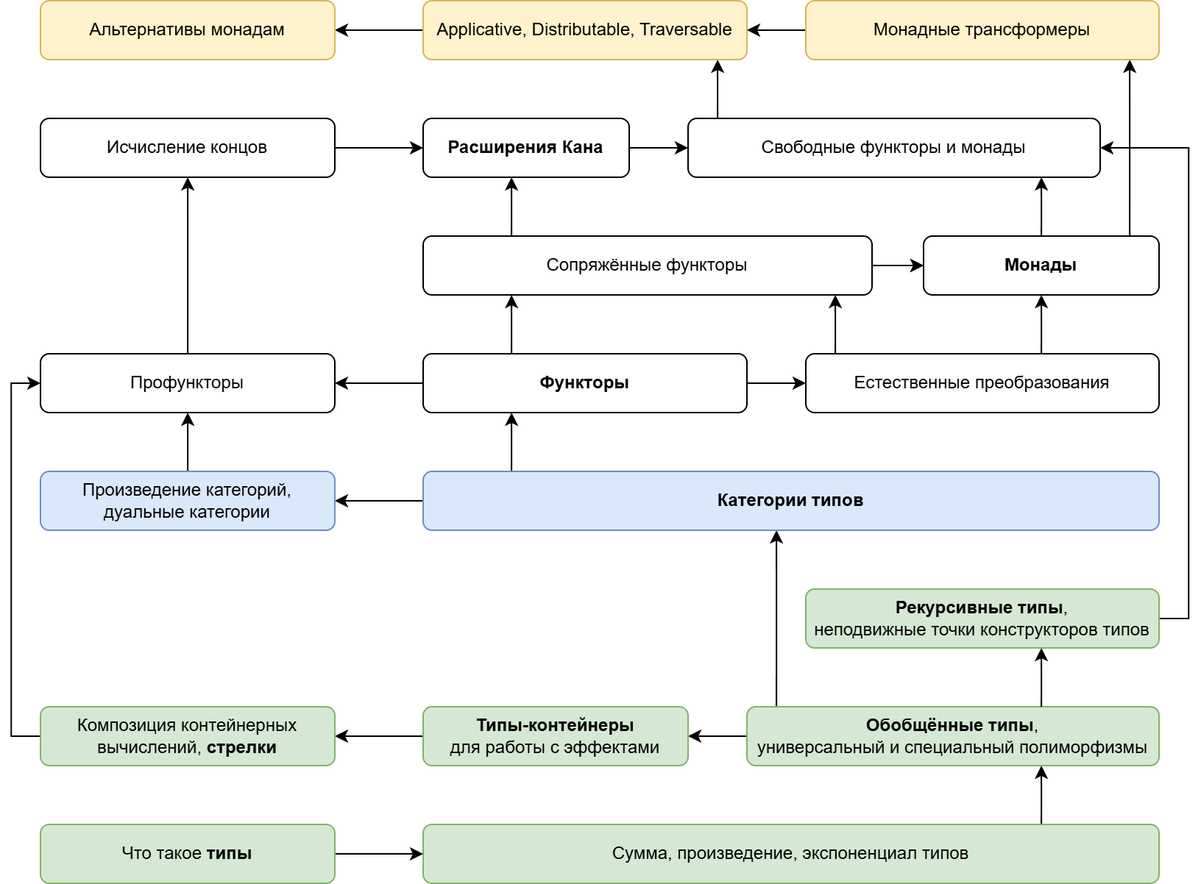
This is Рефераты/Изображения/темы.drawio.png from underskyer/research, a draw.io export, as it was before one commit. Source tidied: cells renumbered, new cells last; positions are measured from the earlier drawing's top-left corner, leaving out a move shared by most shapes.
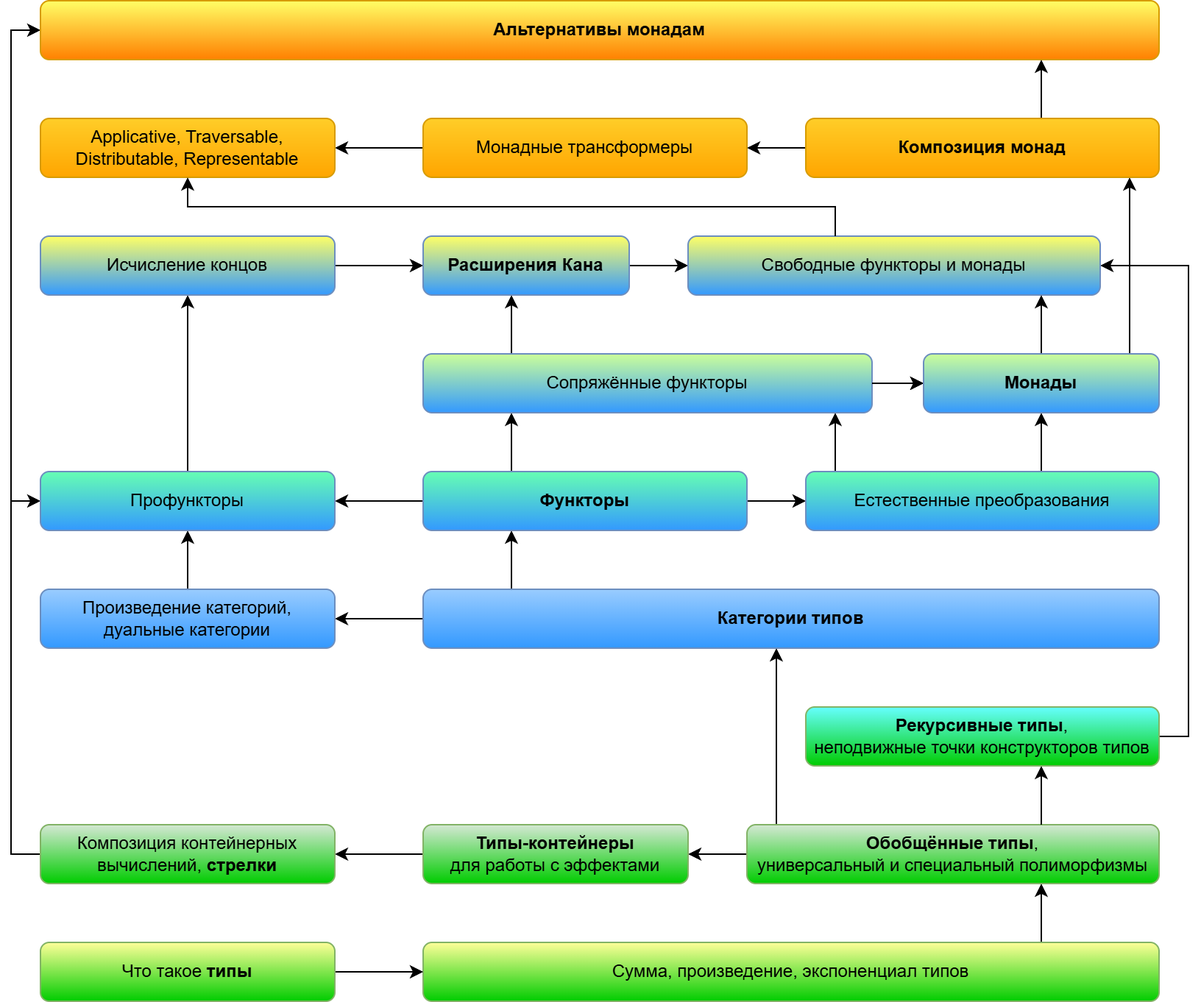
Later version of the same file.

Commit message:
vault backup: 2025-05-03 10:59:48

The edit, as a diff of the source:
```diff
@@ -10,13 +10,13 @@
         </Array>
       </mxGeometry>
     </mxCell>
-    <mxCell id="3" value="Сумма, произведение, экспоненциал типов" style="rounded=1;whiteSpace=wrap;html=1;fillColor=#d5e8d4;strokeColor=#82b366;" parent="1" vertex="1">
+    <mxCell id="3" value="Сумма, произведение, экспоненциал типов" style="rounded=1;whiteSpace=wrap;html=1;fillColor=#FFFF99;strokeColor=#82b366;gradientColor=#00CC00;" parent="1" vertex="1">
       <mxGeometry x="280" y="560" width="500" height="40" as="geometry" />
     </mxCell>
     <mxCell id="4" style="edgeStyle=orthogonalEdgeStyle;rounded=0;jettySize=auto;html=1;fillColor=#d5e8d4;strokeColor=#000000;" parent="1" edge="1" source="5" target="3">
       <mxGeometry relative="1" as="geometry" />
     </mxCell>
-    <mxCell id="5" value="Что такое &lt;b&gt;типы&lt;/b&gt;" style="rounded=1;whiteSpace=wrap;html=1;fillColor=#d5e8d4;strokeColor=#82b366;" parent="1" vertex="1">
+    <mxCell id="5" value="Что такое &lt;b&gt;типы&lt;/b&gt;" style="rounded=1;whiteSpace=wrap;html=1;fillColor=#FFFF99;strokeColor=#82b366;gradientColor=#00CC00;" parent="1" vertex="1">
       <mxGeometry x="20" y="560" width="200" height="40" as="geometry" />
     </mxCell>
     <mxCell id="6" style="edgeStyle=orthogonalEdgeStyle;rounded=0;jettySize=auto;html=1;fillColor=#d5e8d4;strokeColor=#000000;" parent="1" edge="1" source="8" target="10">
@@ -30,13 +30,13 @@
         </Array>
       </mxGeometry>
     </mxCell>
-    <mxCell id="8" value="&lt;b&gt;Обобщённые типы&lt;/b&gt;,&lt;div&gt;универсальный и специальный полиморфизмы&lt;/div&gt;" style="rounded=1;whiteSpace=wrap;html=1;fillColor=#d5e8d4;strokeColor=#82b366;" parent="1" vertex="1">
+    <mxCell id="8" value="&lt;b&gt;Обобщённые типы&lt;/b&gt;,&lt;div&gt;универсальный и специальный полиморфизмы&lt;/div&gt;" style="rounded=1;whiteSpace=wrap;html=1;fillColor=#d5e8d4;strokeColor=#82b366;gradientColor=#00CC00;" parent="1" vertex="1">
       <mxGeometry x="500" y="480" width="280" height="40" as="geometry" />
     </mxCell>
     <mxCell id="9" style="edgeStyle=orthogonalEdgeStyle;rounded=0;jettySize=auto;html=1;fillColor=#d5e8d4;strokeColor=#000000;" parent="1" edge="1" source="10" target="12">
       <mxGeometry relative="1" as="geometry" />
     </mxCell>
-    <mxCell id="10" value="&lt;b&gt;Типы-контейнеры&lt;/b&gt;&lt;div&gt;для работы&amp;nbsp;&lt;span style=&quot;background-color: initial;&quot;&gt;с эффектами&lt;/span&gt;&lt;/div&gt;" style="rounded=1;whiteSpace=wrap;html=1;fillColor=#d5e8d4;strokeColor=#82b366;" parent="1" vertex="1">
+    <mxCell id="10" value="&lt;b&gt;Типы-контейнеры&lt;/b&gt;&lt;div&gt;для работы&amp;nbsp;&lt;span style=&quot;background-color: initial;&quot;&gt;с эффектами&lt;/span&gt;&lt;/div&gt;" style="rounded=1;whiteSpace=wrap;html=1;fillColor=#d5e8d4;strokeColor=#82b366;gradientColor=#00CC00;" parent="1" vertex="1">
       <mxGeometry x="280" y="480" width="180" height="40" as="geometry" />
     </mxCell>
     <mxCell id="11" style="edgeStyle=orthogonalEdgeStyle;rounded=0;jettySize=auto;html=1;exitX=0;exitY=0.5;exitDx=0;exitDy=0;" parent="1" edge="1" source="12" target="27">
@@ -47,7 +47,15 @@
         </Array>
       </mxGeometry>
     </mxCell>
+    <mxCell id="50" style="edgeStyle=orthogonalEdgeStyle;rounded=0;jettySize=auto;html=1;" parent="1" edge="1" source="12" target="43">
+      <mxGeometry relative="1" as="geometry">
+        <Array as="points">
+          <mxPoint y="500" />
+          <mxPoint y="-60" />
+        </Array>
+      </mxGeometry>
+    </mxCell>
-    <mxCell id="12" value="Композиция контейнерных&lt;div&gt;вычислений, &lt;b&gt;стрелки&lt;/b&gt;&lt;/div&gt;" style="rounded=1;whiteSpace=wrap;html=1;fillColor=#d5e8d4;strokeColor=#82b366;" parent="1" vertex="1">
+    <mxCell id="12" value="Композиция контейнерных&lt;div&gt;вычислений, &lt;b&gt;стрелки&lt;/b&gt;&lt;/div&gt;" style="rounded=1;whiteSpace=wrap;html=1;fillColor=#d5e8d4;strokeColor=#82b366;gradientColor=#00CC00;" parent="1" vertex="1">
       <mxGeometry x="20" y="480" width="200" height="40" as="geometry" />
     </mxCell>
     <mxCell id="13" style="edgeStyle=orthogonalEdgeStyle;rounded=0;jettySize=auto;html=1;fillColor=#d5e8d4;strokeColor=#000000;" parent="1" edge="1" source="8" target="15">
@@ -66,7 +74,7 @@
         </Array>
       </mxGeometry>
     </mxCell>
-    <mxCell id="15" value="&lt;b&gt;Рекурсивные типы&lt;/b&gt;,&lt;div&gt;неподвижные точки конструкторов типов&lt;/div&gt;" style="rounded=1;whiteSpace=wrap;html=1;fillColor=#d5e8d4;strokeColor=#82b366;" parent="1" vertex="1">
+    <mxCell id="15" value="&lt;b&gt;Рекурсивные типы&lt;/b&gt;,&lt;div&gt;неподвижные точки конструкторов типов&lt;/div&gt;" style="rounded=1;whiteSpace=wrap;html=1;fillColor=#66FFFF;strokeColor=#82b366;gradientColor=#00CC00;" parent="1" vertex="1">
       <mxGeometry x="540" y="400" width="240" height="40" as="geometry" />
     </mxCell>
     <mxCell id="16" style="edgeStyle=orthogonalEdgeStyle;rounded=0;jettySize=auto;html=1;fillColor=#dae8fc;strokeColor=#000000;" parent="1" edge="1" source="18" target="20">
@@ -80,7 +88,7 @@
         </Array>
       </mxGeometry>
     </mxCell>
-    <mxCell id="18" value="&lt;b&gt;Категории типов&lt;/b&gt;" style="rounded=1;whiteSpace=wrap;html=1;fillColor=#dae8fc;strokeColor=#6c8ebf;" parent="1" vertex="1">
+    <mxCell id="18" value="&lt;b&gt;Категории типов&lt;/b&gt;" style="rounded=1;whiteSpace=wrap;html=1;fillColor=#99CCFF;strokeColor=#6c8ebf;gradientColor=#3399FF;" parent="1" vertex="1">
       <mxGeometry x="280" y="320" width="500" height="40" as="geometry" />
     </mxCell>
     <mxCell id="19" style="edgeStyle=orthogonalEdgeStyle;rounded=0;jettySize=auto;html=1;" parent="1" edge="1" source="20" target="27">
@@ -91,7 +99,7 @@
         </Array>
       </mxGeometry>
     </mxCell>
-    <mxCell id="20" value="Произведение категорий,&lt;div&gt;дуальные категории&lt;/div&gt;" style="rounded=1;whiteSpace=wrap;html=1;fillColor=#dae8fc;strokeColor=#6c8ebf;" parent="1" vertex="1">
+    <mxCell id="20" value="Произведение категорий,&lt;div&gt;дуальные категории&lt;/div&gt;" style="rounded=1;whiteSpace=wrap;html=1;fillColor=#99CCFF;strokeColor=#6c8ebf;gradientColor=#3399FF;" parent="1" vertex="1">
       <mxGeometry x="20" y="320" width="200" height="40" as="geometry" />
     </mxCell>
     <mxCell id="21" style="edgeStyle=orthogonalEdgeStyle;rounded=0;jettySize=auto;html=1;" parent="1" edge="1" source="25" target="27">
@@ -111,7 +119,7 @@
     <mxCell id="24" value="&lt;div&gt;&lt;br&gt;&lt;/div&gt;&lt;div&gt;&lt;br&gt;&lt;/div&gt;&lt;div&gt;&lt;br&gt;&lt;/div&gt;" style="edgeLabel;html=1;align=center;verticalAlign=middle;" parent="23" vertex="1">
       <mxGeometry x="0.17" relative="1" as="geometry" />
     </mxCell>
-    <mxCell id="25" value="&lt;b&gt;Функторы&lt;/b&gt;" style="rounded=1;whiteSpace=wrap;html=1;" parent="1" vertex="1">
+    <mxCell id="25" value="&lt;b&gt;Функторы&lt;/b&gt;" style="rounded=1;whiteSpace=wrap;html=1;fillColor=#66FFB3;gradientColor=#3399FF;strokeColor=#6c8ebf;" parent="1" vertex="1">
       <mxGeometry x="280" y="240" width="220" height="40" as="geometry" />
     </mxCell>
     <mxCell id="26" style="edgeStyle=orthogonalEdgeStyle;rounded=0;jettySize=auto;html=1;" parent="1" edge="1" source="27" target="29">
@@ -122,13 +130,13 @@
         </Array>
       </mxGeometry>
     </mxCell>
-    <mxCell id="27" value="Профункторы" style="rounded=1;whiteSpace=wrap;html=1;" parent="1" vertex="1">
+    <mxCell id="27" value="Профункторы" style="rounded=1;whiteSpace=wrap;html=1;fillColor=#66FFB3;gradientColor=#3399FF;strokeColor=#6c8ebf;" parent="1" vertex="1">
       <mxGeometry x="20" y="240" width="200" height="40" as="geometry" />
     </mxCell>
     <mxCell id="28" style="edgeStyle=orthogonalEdgeStyle;rounded=0;jettySize=auto;html=1;" parent="1" edge="1" source="29" target="32">
       <mxGeometry relative="1" as="geometry" />
     </mxCell>
-    <mxCell id="29" value="Исчисление концов" style="rounded=1;whiteSpace=wrap;html=1;" parent="1" vertex="1">
+    <mxCell id="29" value="Исчисление концов" style="rounded=1;whiteSpace=wrap;html=1;fillColor=#FFFF66;gradientColor=#3399FF;strokeColor=#6c8ebf;" parent="1" vertex="1">
       <mxGeometry x="20" y="80" width="200" height="40" as="geometry" />
     </mxCell>
     <mxCell id="30" style="edgeStyle=orthogonalEdgeStyle;rounded=0;jettySize=auto;html=1;" parent="1" edge="1" source="37" target="32">
@@ -142,7 +150,7 @@
     <mxCell id="31" style="edgeStyle=orthogonalEdgeStyle;rounded=0;jettySize=auto;html=1;" parent="1" edge="1" source="32" target="40">
       <mxGeometry relative="1" as="geometry" />
     </mxCell>
-    <mxCell id="32" value="&lt;b&gt;Расширения Кана&lt;/b&gt;" style="rounded=1;whiteSpace=wrap;html=1;" parent="1" vertex="1">
+    <mxCell id="32" value="&lt;b&gt;Расширения Кана&lt;/b&gt;" style="rounded=1;whiteSpace=wrap;html=1;fillColor=#FFFF66;gradientColor=#3399FF;strokeColor=#6c8ebf;" parent="1" vertex="1">
       <mxGeometry x="280" y="80" width="140" height="40" as="geometry" />
     </mxCell>
     <mxCell id="33" style="edgeStyle=orthogonalEdgeStyle;rounded=0;jettySize=auto;html=1;" parent="1" edge="1" source="35" target="37">
@@ -161,37 +169,26 @@
         </Array>
       </mxGeometry>
     </mxCell>
-    <mxCell id="35" value="Естественные преобразования" style="rounded=1;whiteSpace=wrap;html=1;" parent="1" vertex="1">
+    <mxCell id="35" value="Естественные преобразования" style="rounded=1;whiteSpace=wrap;html=1;fillColor=#66FFB3;gradientColor=#3399FF;strokeColor=#6c8ebf;" parent="1" vertex="1">
       <mxGeometry x="540" y="240" width="240" height="40" as="geometry" />
     </mxCell>
     <mxCell id="36" style="edgeStyle=orthogonalEdgeStyle;rounded=0;jettySize=auto;html=1;" parent="1" edge="1" source="37" target="47">
       <mxGeometry relative="1" as="geometry" />
     </mxCell>
-    <mxCell id="37" value="Сопряжённые функторы" style="rounded=1;whiteSpace=wrap;html=1;" parent="1" vertex="1">
+    <mxCell id="37" value="Сопряжённые функторы" style="rounded=1;whiteSpace=wrap;html=1;fillColor=#CCFF99;gradientColor=#3399FF;strokeColor=#6c8ebf;" parent="1" vertex="1">
       <mxGeometry x="280" y="160" width="305" height="40" as="geometry" />
     </mxCell>
-    <mxCell id="38" style="edgeStyle=orthogonalEdgeStyle;rounded=0;jettySize=auto;html=1;" parent="1" edge="1" source="40" target="42">
-      <mxGeometry relative="1" as="geometry">
-        <Array as="points">
-          <mxPoint x="480" y="60" />
-          <mxPoint x="480" y="60" />
-        </Array>
-      </mxGeometry>
+    <mxCell id="38" style="edgeStyle=orthogonalEdgeStyle;rounded=0;jettySize=auto;html=1;" parent="1" edge="1" source="49" target="42">
+      <mxGeometry relative="1" as="geometry" />
     </mxCell>
-    <mxCell id="39" value="&lt;div&gt;&lt;br&gt;&lt;/div&gt;&lt;div&gt;&lt;br&gt;&lt;/div&gt;" style="edgeLabel;html=1;align=center;verticalAlign=middle;" parent="38" vertex="1">
-      <mxGeometry x="-0.15" y="-2" relative="1" as="geometry" />
-    </mxCell>
-    <mxCell id="40" value="Свободные функторы и монады" style="rounded=1;whiteSpace=wrap;html=1;" parent="1" vertex="1">
+    <mxCell id="40" value="Свободные функторы и монады" style="rounded=1;whiteSpace=wrap;html=1;fillColor=#FFFF66;gradientColor=#3399FF;strokeColor=#6c8ebf;" parent="1" vertex="1">
       <mxGeometry x="460" y="80" width="280" height="40" as="geometry" />
     </mxCell>
-    <mxCell id="41" style="edgeStyle=orthogonalEdgeStyle;rounded=0;jettySize=auto;html=1;" parent="1" edge="1" source="42" target="43">
-      <mxGeometry relative="1" as="geometry" />
-    </mxCell>
-    <mxCell id="42" value="Applicative, Distributable, Traversаble" style="rounded=1;whiteSpace=wrap;html=1;fillColor=#fff2cc;strokeColor=#d6b656;" parent="1" vertex="1">
-      <mxGeometry x="280" width="220" height="40" as="geometry" />
+    <mxCell id="42" value="Applicative, Traversаble,&lt;div&gt;Distributable, Representable&lt;/div&gt;" style="rounded=1;whiteSpace=wrap;html=1;fillColor=#ffcd28;strokeColor=#d79b00;gradientColor=#ffa500;" parent="1" vertex="1">
+      <mxGeometry x="20" width="200" height="40" as="geometry" />
     </mxCell>
-    <mxCell id="43" value="Альтернативы монадам" style="rounded=1;whiteSpace=wrap;html=1;fillColor=#fff2cc;strokeColor=#d6b656;" parent="1" vertex="1">
-      <mxGeometry x="20" width="200" height="40" as="geometry" />
+    <mxCell id="43" value="&lt;b&gt;Альтернативы монадам&lt;/b&gt;" style="rounded=1;whiteSpace=wrap;html=1;fillColor=#FFFF66;strokeColor=#d79b00;gradientColor=#FF8000;" parent="1" vertex="1">
+      <mxGeometry x="20" y="-80" width="760" height="40" as="geometry" />
     </mxCell>
     <mxCell id="44" style="edgeStyle=orthogonalEdgeStyle;rounded=0;jettySize=auto;html=1;" parent="1" edge="1" source="37" target="47">
       <mxGeometry relative="1" as="geometry" />
@@ -204,22 +201,44 @@
         </Array>
       </mxGeometry>
     </mxCell>
-    <mxCell id="46" style="edgeStyle=orthogonalEdgeStyle;rounded=0;jettySize=auto;html=1;" parent="1" edge="1" source="47" target="49">
+    <mxCell id="46" style="edgeStyle=orthogonalEdgeStyle;rounded=0;jettySize=auto;html=1;" parent="1" edge="1" source="47" target="55">
       <mxGeometry relative="1" as="geometry">
         <Array as="points">
-          <mxPoint x="760" y="140" />
-          <mxPoint x="760" y="140" />
+          <mxPoint x="760" y="130" />
+          <mxPoint x="760" y="130" />
         </Array>
       </mxGeometry>
     </mxCell>
-    <mxCell id="47" value="&lt;b&gt;Монады&lt;/b&gt;" style="rounded=1;whiteSpace=wrap;html=1;" parent="1" vertex="1">
+    <mxCell id="47" value="&lt;b&gt;Монады&lt;/b&gt;" style="rounded=1;whiteSpace=wrap;html=1;fillColor=#CCFF99;gradientColor=#3399FF;strokeColor=#6c8ebf;" parent="1" vertex="1">
       <mxGeometry x="620" y="160" width="160" height="40" as="geometry" />
     </mxCell>
-    <mxCell id="48" style="edgeStyle=orthogonalEdgeStyle;rounded=0;jettySize=auto;html=1;" parent="1" edge="1" source="49" target="42">
-      <mxGeometry relative="1" as="geometry" />
-    </mxCell>
+    <mxCell id="51" style="edgeStyle=orthogonalEdgeStyle;rounded=0;jettySize=auto;html=1;" parent="1" edge="1" source="40" target="42">
+      <mxGeometry relative="1" as="geometry">
+        <Array as="points">
+          <mxPoint x="560" y="60" />
+          <mxPoint x="120" y="60" />
+        </Array>
+      </mxGeometry>
+    </mxCell>
+    <mxCell id="52" value="&lt;div&gt;&lt;br&gt;&lt;/div&gt;&lt;div&gt;&lt;br&gt;&lt;/div&gt;" style="edgeLabel;html=1;align=center;verticalAlign=middle;" parent="51" vertex="1">
+      <mxGeometry x="-0.15" y="-2" relative="1" as="geometry" />
+    </mxCell>
-    <mxCell id="49" value="Монадные трансформеры" style="rounded=1;whiteSpace=wrap;html=1;fillColor=#fff2cc;strokeColor=#d6b656;" parent="1" vertex="1">
-      <mxGeometry x="540" width="240" height="40" as="geometry" />
+    <mxCell id="49" value="Монадные трансформеры" style="rounded=1;whiteSpace=wrap;html=1;fillColor=#ffcd28;strokeColor=#d79b00;gradientColor=#ffa500;" parent="1" vertex="1">
+      <mxGeometry x="280" width="220" height="40" as="geometry" />
     </mxCell>
+    <mxCell id="53" style="edgeStyle=orthogonalEdgeStyle;rounded=0;jettySize=auto;html=1;" parent="1" edge="1" source="55" target="49">
+      <mxGeometry relative="1" as="geometry" />
+    </mxCell>
+    <mxCell id="54" style="edgeStyle=orthogonalEdgeStyle;rounded=0;jettySize=auto;html=1;" parent="1" edge="1" source="55" target="43">
+      <mxGeometry relative="1" as="geometry">
+        <Array as="points">
+          <mxPoint x="700" y="-20" />
+          <mxPoint x="700" y="-20" />
+        </Array>
+      </mxGeometry>
+    </mxCell>
+    <mxCell id="55" value="&lt;b&gt;Композиция монад&lt;/b&gt;" style="rounded=1;whiteSpace=wrap;html=1;fillColor=#ffcd28;strokeColor=#d79b00;gradientColor=#ffa500;" parent="1" vertex="1">
+      <mxGeometry x="540" width="240" height="40" as="geometry" />
+    </mxCell>
   </root>
 </mxGraphModel>
```
